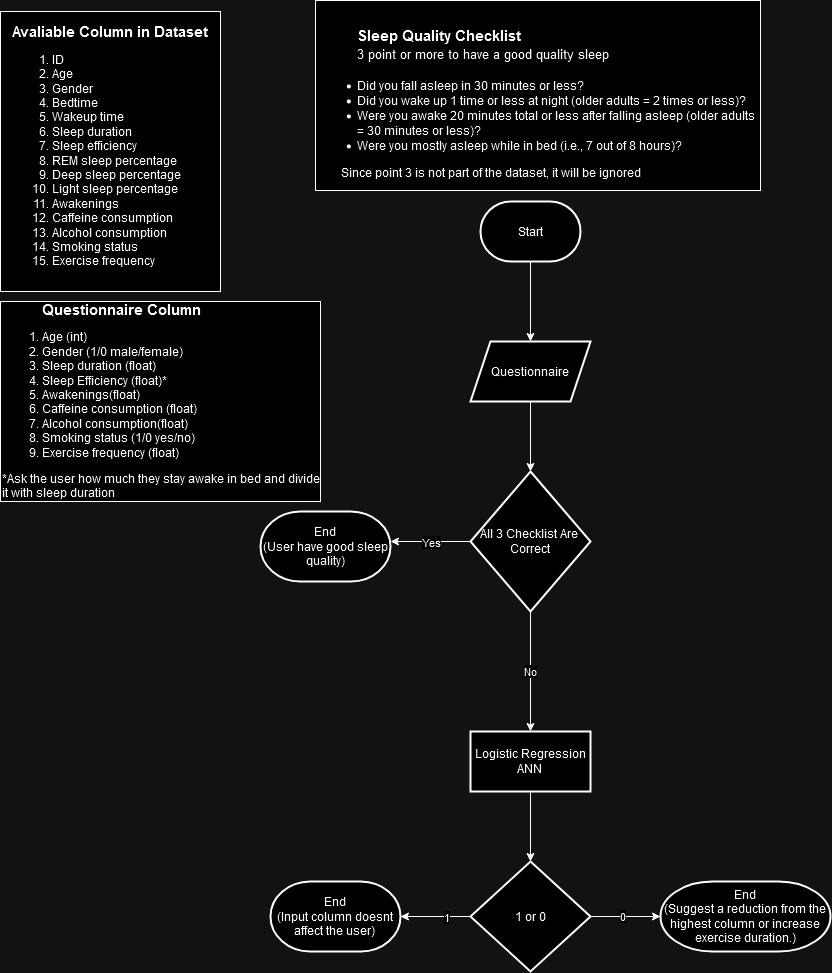
Before: Sleepwell_Flowchart.drawio.png, a diagram exported from draw.io (capstone-sleepwell/sleepwell-machine-learning). Source tidied: cells renumbered, new cells last; positions are measured from the earlier drawing's top-left corner, leaving out a move shared by most shapes.
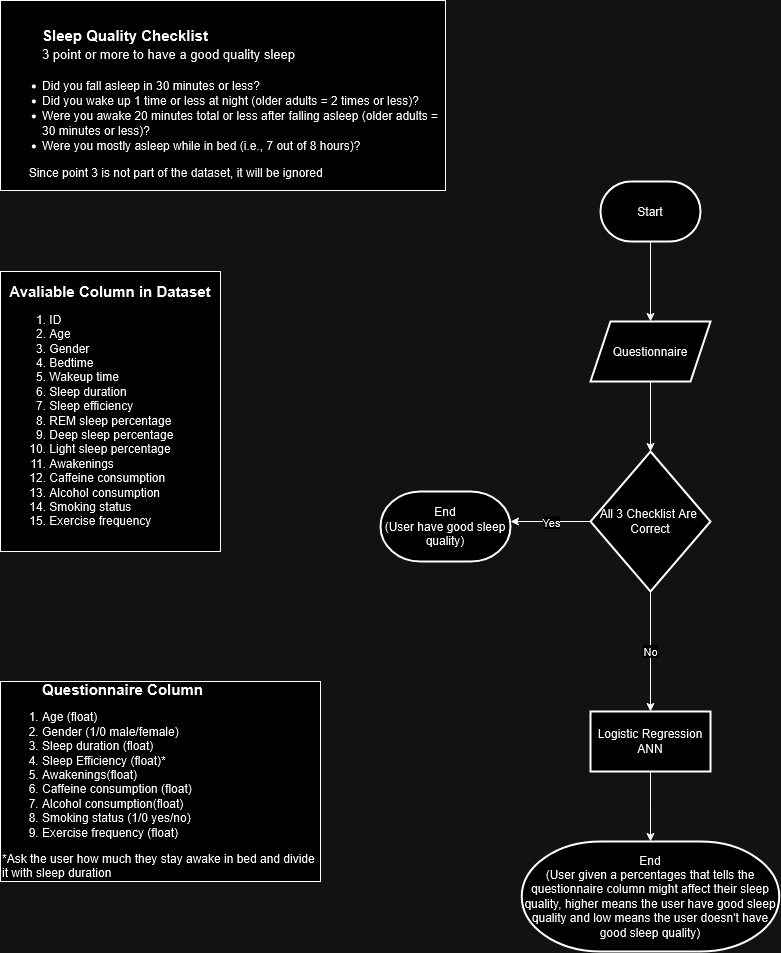
After the commit.

The edit, as a diff of the source:
```diff
@@ -3,10 +3,10 @@
     <mxCell id="0" />
     <mxCell id="1" parent="0" />
     <mxCell id="2" value="&lt;blockquote style=&quot;font-size: 15px;&quot;&gt;&lt;div align=&quot;left&quot;&gt;&lt;b&gt;Sleep Quality Checklist&lt;br&gt;&lt;/b&gt;&lt;/div&gt;&lt;span style=&quot;font-size: 13px;&quot;&gt;3 point or more to have a good quality sleep&lt;/span&gt;&lt;br&gt;&lt;/blockquote&gt;&lt;div&gt;&lt;ul&gt;&lt;li&gt;Did you fall asleep in 30 minutes or less?&lt;/li&gt;&lt;li&gt;Did you wake up 1 time or less at night (older adults = 2 times or less)?&lt;/li&gt;&lt;li&gt;Were you awake 20 minutes total or less after falling asleep (older adults = 30 minutes or less)?&lt;/li&gt;&lt;li&gt;Were you mostly asleep while in bed (i.e., 7 out of 8 hours)?&lt;/li&gt;&lt;/ul&gt;&lt;div align=&quot;left&quot;&gt;&lt;span style=&quot;white-space: pre;&quot;&gt;&#9;&lt;/span&gt;Since point 3 is not part of the dataset, it will be ignored&lt;br&gt;&lt;/div&gt;&lt;/div&gt;" style="rounded=0;whiteSpace=wrap;html=1;align=left;" parent="1" vertex="1">
-      <mxGeometry x="315" width="445" height="190" as="geometry" />
+      <mxGeometry x="-120" y="20" width="445" height="190" as="geometry" />
     </mxCell>
     <mxCell id="3" value="&lt;div&gt;&lt;font style=&quot;font-size: 15px;&quot;&gt;&lt;b&gt;Avaliable Column in Dataset&lt;/b&gt;&lt;/font&gt;&lt;/div&gt;&lt;div align=&quot;left&quot;&gt;&lt;ol&gt;&lt;li&gt;ID&lt;/li&gt;&lt;li&gt;Age&lt;/li&gt;&lt;li&gt;Gender&lt;/li&gt;&lt;li&gt;Bedtime&lt;/li&gt;&lt;li&gt;Wakeup time&lt;/li&gt;&lt;li&gt;Sleep duration&lt;/li&gt;&lt;li&gt;Sleep efficiency&lt;/li&gt;&lt;li&gt;REM sleep percentage&lt;/li&gt;&lt;li&gt;Deep sleep percentage&lt;/li&gt;&lt;li&gt;Light sleep percentage&lt;/li&gt;&lt;li&gt;Awakenings&lt;/li&gt;&lt;li&gt;Caffeine consumption&lt;/li&gt;&lt;li&gt;Alcohol consumption&lt;/li&gt;&lt;li&gt;Smoking status&lt;/li&gt;&lt;li&gt;Exercise frequency&lt;/li&gt;&lt;/ol&gt;&lt;/div&gt;" style="rounded=0;whiteSpace=wrap;html=1;" parent="1" vertex="1">
-      <mxGeometry y="11" width="220" height="280" as="geometry" />
+      <mxGeometry x="-120" y="291" width="220" height="280" as="geometry" />
     </mxCell>
     <mxCell id="4" style="edgeStyle=orthogonalEdgeStyle;rounded=0;jettySize=auto;html=1;" parent="1" edge="1" source="5" target="7">
       <mxGeometry relative="1" as="geometry" />
@@ -31,38 +31,22 @@
     <mxCell id="10" value="&lt;div&gt;All 3 Checklist Are&amp;nbsp;&lt;/div&gt;&lt;div&gt;Correct&lt;/div&gt;" style="rhombus;whiteSpace=wrap;html=1;strokeWidth=2;" parent="1" vertex="1">
       <mxGeometry x="470" y="471" width="120" height="140" as="geometry" />
     </mxCell>
-    <mxCell id="11" value="&lt;div align=&quot;left&quot;&gt;&lt;div&gt;&lt;blockquote&gt;&lt;div&gt;&lt;font style=&quot;font-size: 15px;&quot;&gt;&lt;b&gt;Questionnaire Column&lt;br&gt;&lt;/b&gt;&lt;/font&gt;&lt;/div&gt;&lt;/blockquote&gt;&lt;/div&gt;&lt;/div&gt;&lt;div align=&quot;left&quot;&gt;&lt;ol&gt;&lt;li&gt;Age (int)&lt;br&gt;&lt;/li&gt;&lt;li&gt;Gender (1/0 male/female)&lt;br&gt;&lt;/li&gt;&lt;li&gt;Sleep duration (float)&lt;br&gt;&lt;/li&gt;&lt;li&gt;Sleep Efficiency (float)*&lt;br&gt;&lt;/li&gt;&lt;li&gt;Awakenings(float)&lt;/li&gt;&lt;li&gt;Caffeine consumption (float)&lt;br&gt;&lt;/li&gt;&lt;li&gt;Alcohol consumption(float)&lt;/li&gt;&lt;li&gt;Smoking status (1/0 yes/no)&lt;/li&gt;&lt;li&gt;Exercise frequency (float)&lt;br&gt;&lt;/li&gt;&lt;/ol&gt;&lt;div&gt;*Ask the user how much they stay awake in bed and divide it with sleep duration&lt;br&gt;&lt;/div&gt;&lt;div&gt;&lt;br&gt;&lt;/div&gt;&lt;/div&gt;" style="rounded=0;whiteSpace=wrap;html=1;align=left;" parent="1" vertex="1">
-      <mxGeometry y="301" width="320" height="200" as="geometry" />
+    <mxCell id="11" value="&lt;div align=&quot;left&quot;&gt;&lt;div&gt;&lt;blockquote&gt;&lt;div&gt;&lt;font style=&quot;font-size: 15px;&quot;&gt;&lt;b&gt;Questionnaire Column&lt;br&gt;&lt;/b&gt;&lt;/font&gt;&lt;/div&gt;&lt;/blockquote&gt;&lt;/div&gt;&lt;/div&gt;&lt;div align=&quot;left&quot;&gt;&lt;ol&gt;&lt;li&gt;Age (float)&lt;br&gt;&lt;/li&gt;&lt;li&gt;Gender (1/0 male/female)&lt;br&gt;&lt;/li&gt;&lt;li&gt;Sleep duration (float)&lt;br&gt;&lt;/li&gt;&lt;li&gt;Sleep Efficiency (float)*&lt;br&gt;&lt;/li&gt;&lt;li&gt;Awakenings(float)&lt;/li&gt;&lt;li&gt;Caffeine consumption (float)&lt;br&gt;&lt;/li&gt;&lt;li&gt;Alcohol consumption(float)&lt;/li&gt;&lt;li&gt;Smoking status (1/0 yes/no)&lt;/li&gt;&lt;li&gt;Exercise frequency (float)&lt;br&gt;&lt;/li&gt;&lt;/ol&gt;&lt;div&gt;*Ask the user how much they stay awake in bed and divide it with sleep duration&lt;br&gt;&lt;/div&gt;&lt;div&gt;&lt;br&gt;&lt;/div&gt;&lt;/div&gt;" style="rounded=0;whiteSpace=wrap;html=1;align=left;" parent="1" vertex="1">
+      <mxGeometry x="-120" y="701" width="320" height="200" as="geometry" />
     </mxCell>
     <mxCell id="12" value="End&lt;br&gt;(User have good sleep quality)" style="strokeWidth=2;html=1;shape=mxgraph.flowchart.terminator;whiteSpace=wrap;" parent="1" vertex="1">
       <mxGeometry x="260" y="511" width="130" height="70" as="geometry" />
     </mxCell>
-    <mxCell id="13" style="edgeStyle=orthogonalEdgeStyle;rounded=0;jettySize=auto;html=1;" parent="1" edge="1" source="14" target="19">
-      <mxGeometry relative="1" as="geometry" />
+    <mxCell id="13" style="edgeStyle=orthogonalEdgeStyle;rounded=0;jettySize=auto;html=1;" parent="1" edge="1" source="14">
+      <mxGeometry relative="1" as="geometry">
+        <mxPoint x="530" y="861" as="targetPoint" />
+      </mxGeometry>
     </mxCell>
     <mxCell id="14" value="&lt;span&gt;Logistic Regression ANN&lt;br&gt;&lt;/span&gt;" style="whiteSpace=wrap;html=1;strokeWidth=2;" parent="1" vertex="1">
       <mxGeometry x="470" y="731" width="120" height="60" as="geometry" />
     </mxCell>
-    <mxCell id="15" style="edgeStyle=orthogonalEdgeStyle;rounded=0;jettySize=auto;html=1;entryX=1;entryY=0.5;entryDx=0;entryDy=0;entryPerimeter=0;" parent="1" edge="1" source="19" target="20">
-      <mxGeometry relative="1" as="geometry" />
-    </mxCell>
-    <mxCell id="16" value="1" style="edgeLabel;html=1;align=center;verticalAlign=middle;" parent="15" vertex="1">
-      <mxGeometry x="-0.28" relative="1" as="geometry" />
-    </mxCell>
-    <mxCell id="17" style="edgeStyle=orthogonalEdgeStyle;rounded=0;jettySize=auto;html=1;entryX=0;entryY=0.5;entryDx=0;entryDy=0;entryPerimeter=0;" parent="1" edge="1" source="19" target="21">
-      <mxGeometry relative="1" as="geometry" />
-    </mxCell>
-    <mxCell id="18" value="0" style="edgeLabel;html=1;align=center;verticalAlign=middle;" parent="17" vertex="1">
-      <mxGeometry x="-0.12" y="1" relative="1" as="geometry" />
-    </mxCell>
-    <mxCell id="19" value="1 or 0" style="rhombus;whiteSpace=wrap;html=1;strokeWidth=2;" parent="1" vertex="1">
-      <mxGeometry x="470" y="861" width="120" height="110" as="geometry" />
-    </mxCell>
-    <mxCell id="20" value="End&lt;div&gt;(Input column doesnt affect the user)&lt;br&gt;&lt;/div&gt;" style="strokeWidth=2;html=1;shape=mxgraph.flowchart.terminator;whiteSpace=wrap;" parent="1" vertex="1">
-      <mxGeometry x="270" y="881" width="130" height="70" as="geometry" />
-    </mxCell>
-    <mxCell id="21" value="End&lt;br&gt;(Suggest a reduction from the highest column or increase exercise duration.)" style="strokeWidth=2;html=1;shape=mxgraph.flowchart.terminator;whiteSpace=wrap;" parent="1" vertex="1">
-      <mxGeometry x="660" y="881" width="170" height="70" as="geometry" />
+    <mxCell id="21" value="End&lt;br&gt;(User given a percentages that tells the questionnaire column might affect their sleep quality, higher means the user have good sleep quality and low means the user doesn't have good sleep quality)" style="strokeWidth=2;html=1;shape=mxgraph.flowchart.terminator;whiteSpace=wrap;" parent="1" vertex="1">
+      <mxGeometry x="401.2" y="861" width="257.5" height="110" as="geometry" />
     </mxCell>
   </root>
 </mxGraphModel>
```
